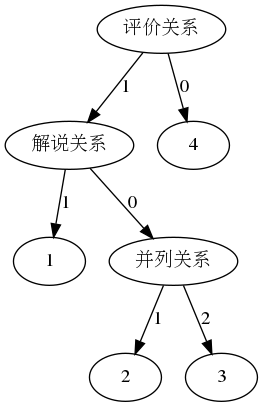
Above: struct.gv.png in Drenight/2020GraduationProject (Graphviz), before the change. Its source is kept beside it as struct.gv. The source it was exported from:
```dot
digraph G {
	0 [label="评价关系"]
	1 [label="解说关系"]
	0 -> 1 [label=1]
	2 [label=1]
	1 -> 2 [label=1]
	3 [label="并列关系"]
	1 -> 3 [label=0]
	4 [label=2]
	3 -> 4 [label=1]
	5 [label=3]
	3 -> 5 [label=2]
	6 [label=4]
	0 -> 6 [label=0]
}
```
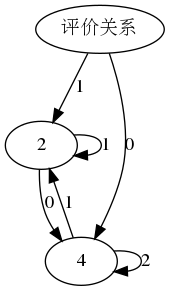
After the commit.

Commit message:
解决了一个深拷贝的bug，可以多次显示图片了

Diff of the diagram source:
```diff
@@ -1,15 +1,15 @@
 digraph G {
 	0 [label="评价关系"]
-	1 [label="解说关系"]
-	0 -> 1 [label=1]
+	2 [label="解说关系"]
+	0 -> 2 [label=1]
 	2 [label=1]
-	1 -> 2 [label=1]
+	2 -> 2 [label=1]
 	3 [label="并列关系"]
-	1 -> 3 [label=0]
-	4 [label=2]
-	3 -> 4 [label=1]
-	5 [label=3]
-	3 -> 5 [label=2]
-	6 [label=4]
-	0 -> 6 [label=0]
+	2 -> 3 [label=0]
+	2 [label=2]
+	3 -> 2 [label=1]
+	3 [label=3]
+	3 -> 3 [label=2]
+	3 [label=4]
+	0 -> 3 [label=0]
 }
```
